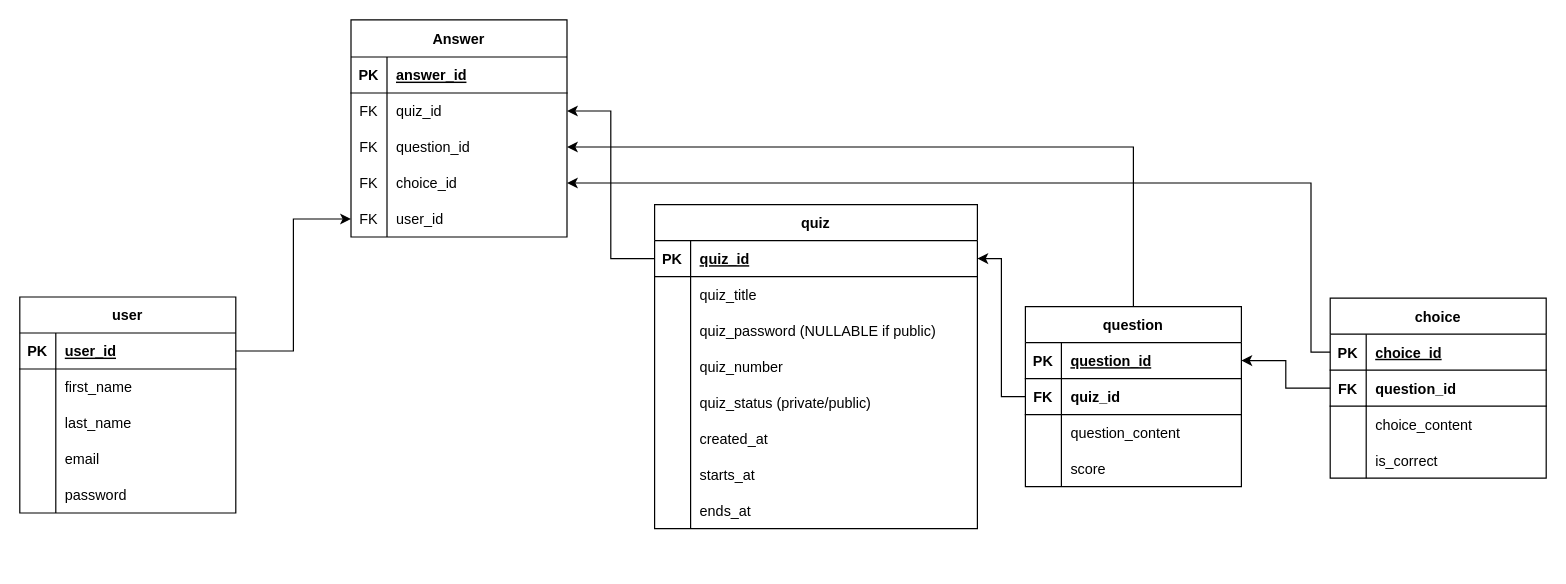
Above: erd.drawio in jinwu09/GContest (draw.io), before the change. Source tidied: cells renumbered, new cells numbered last; positions are measured from the earlier drawing's top-left corner, leaving out a move shared by most shapes. Both pictures are drawn from the tidied source at 120%, with x=0, y=0 at pixel (19, 19).
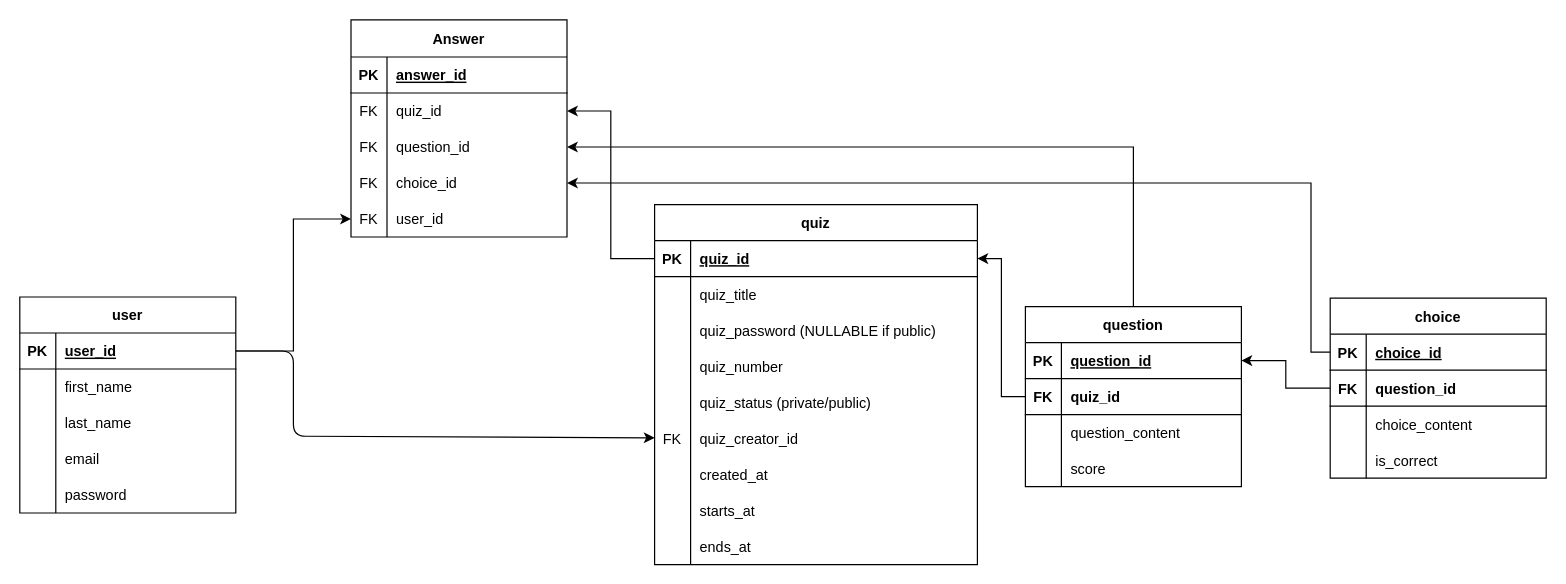
Above is the later version.

The change refers to these unchanged cells:
```xml
<mxCell id="3" style="shape=tableRow;horizontal=0;startSize=0;swimlaneHead=0;swimlaneBody=0;fillColor=none;points=[[0,0.5],[1,0.5]];portConstraint=eastwest;top=0;left=0;right=0;bottom=1;" parent="2" vertex="1">
  <mxGeometry y="30" width="180" height="30" as="geometry" />
</mxCell>
```

Diff of the diagram source:
```diff
@@
     <mxCell id="18" value="quiz" style="shape=table;startSize=30;childLayout=tableLayout;rowLines=0;fontStyle=1;align=center;" parent="1" vertex="1">
-      <mxGeometry x="529" y="154" width="269" height="270" as="geometry" />
+      <mxGeometry x="529" y="154" width="269" height="300" as="geometry" />
     </mxCell>
@@
+    <mxCell id="91" style="shape=tableRow;horizontal=0;startSize=0;swimlaneHead=0;swimlaneBody=0;fillColor=none;points=[[0,0.5],[1,0.5]];portConstraint=eastwest;top=0;left=0;right=0;bottom=0;" parent="18" vertex="1">
+      <mxGeometry y="180" width="269" height="30" as="geometry" />
+    </mxCell>
+    <mxCell id="92" value="FK" style="shape=partialRectangle;fillColor=none;top=0;left=0;bottom=0;right=0;overflow=hidden;" parent="91" vertex="1">
+      <mxGeometry width="30" height="30" as="geometry" />
+    </mxCell>
+    <mxCell id="93" value="quiz_creator_id" style="shape=partialRectangle;fillColor=none;top=0;left=0;bottom=0;right=0;align=left;spacingLeft=6;overflow=hidden;" parent="91" vertex="1">
+      <mxGeometry x="30" width="239" height="30" as="geometry" />
+    </mxCell>
     <mxCell id="34" style="shape=tableRow;horizontal=0;startSize=0;swimlaneHead=0;swimlaneBody=0;fillColor=none;top=0;left=0;right=0;bottom=0;" parent="18" vertex="1">
-      <mxGeometry y="180" width="269" height="30" as="geometry" />
+      <mxGeometry y="210" width="269" height="30" as="geometry" />
     </mxCell>
@@
     <mxCell id="37" style="shape=tableRow;horizontal=0;startSize=0;swimlaneHead=0;swimlaneBody=0;fillColor=none;top=0;left=0;right=0;bottom=0;" parent="18" vertex="1">
-      <mxGeometry y="210" width="269" height="30" as="geometry" />
+      <mxGeometry y="240" width="269" height="30" as="geometry" />
     </mxCell>
@@
     <mxCell id="40" style="shape=tableRow;horizontal=0;startSize=0;swimlaneHead=0;swimlaneBody=0;fillColor=none;top=0;left=0;right=0;bottom=0;" parent="18" vertex="1">
-      <mxGeometry y="240" width="269" height="30" as="geometry" />
+      <mxGeometry y="270" width="269" height="30" as="geometry" />
     </mxCell>
@@
+    <mxCell id="94" style="edgeStyle=none;html=1;exitX=1;exitY=0.5;exitDx=0;exitDy=0;" parent="1" edge="1" source="3" target="91">
+      <mxGeometry relative="1" as="geometry">
+        <Array as="points">
+          <mxPoint x="228" y="276" />
+          <mxPoint x="228" y="347" />
+        </Array>
+      </mxGeometry>
+    </mxCell>
```
